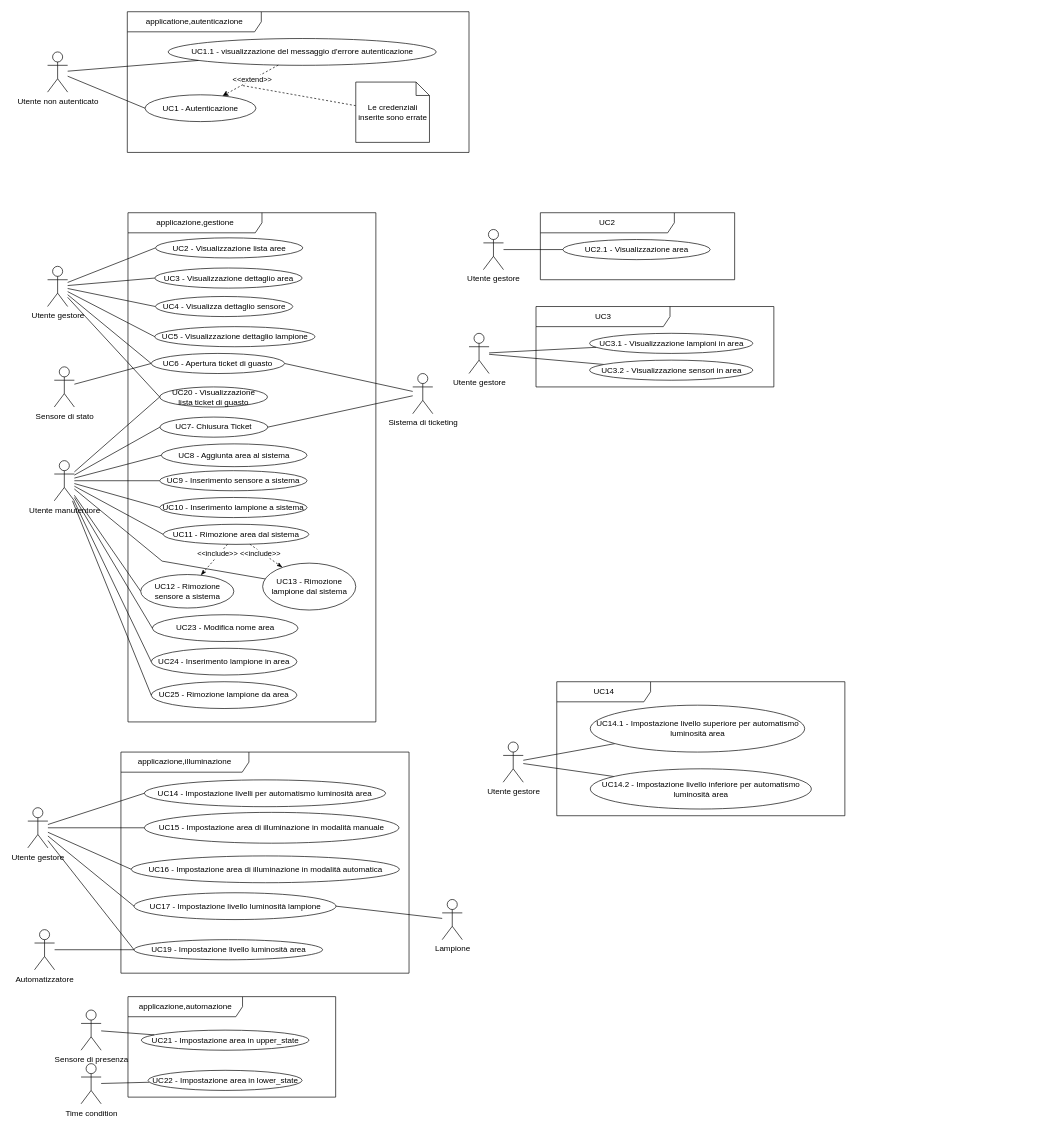
SWEasabi/analisi-dei-requisiti keeps this draw.io diagram as page "OK" (1 of 8) of casi_uso_grafici.drawio. Above is the earlier version. Source tidied: cells renumbered, new cells numbered last; positions are measured from the earlier drawing's top-left corner, leaving out a move shared by most shapes. Both pictures are drawn from the tidied source at 67%, with x=0, y=0 at pixel (27, 11).
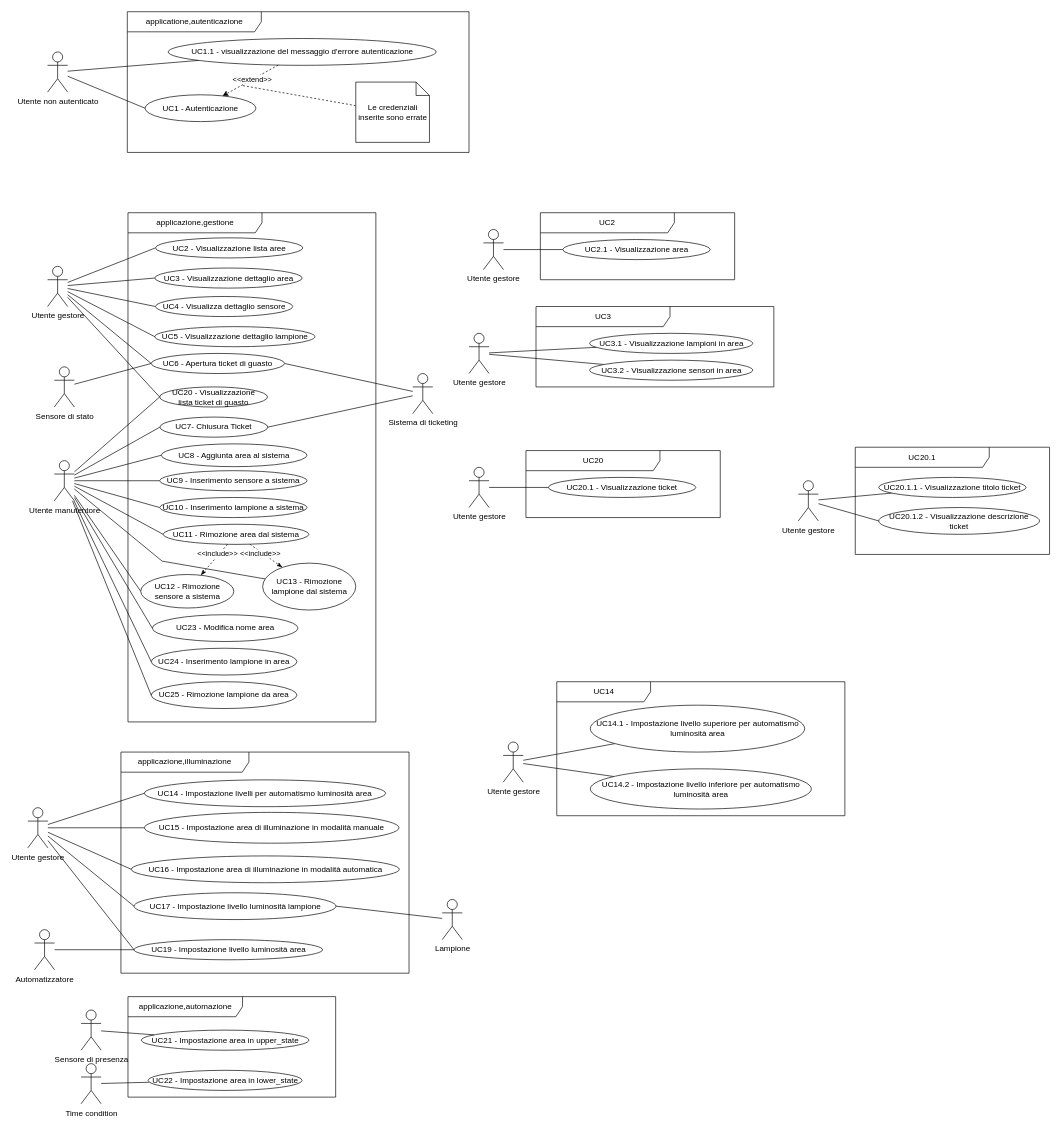
The same page after the edit.

Commit message:
Risolto un casino megagalattico

Diff of the diagram source:
```diff
@@
+    <mxCell id="96" value="UC20" style="shape=umlFrame;whiteSpace=wrap;html=1;width=200;height=30;" parent="1" vertex="1">
+      <mxGeometry x="743.5" y="655" width="290" height="100" as="geometry" />
+    </mxCell>
+    <mxCell id="97" value="Utente gestore" style="shape=umlActor;verticalLabelPosition=bottom;verticalAlign=top;html=1;outlineConnect=0;gradientColor=none;" parent="1" vertex="1">
+      <mxGeometry x="658.5" y="680" width="30" height="60" as="geometry" />
+    </mxCell>
+    <mxCell id="98" value="UC20.1 - Visualizzazione ticket" style="ellipse;whiteSpace=wrap;html=1;" parent="1" vertex="1">
+      <mxGeometry x="777" y="695" width="220" height="30" as="geometry" />
+    </mxCell>
+    <mxCell id="99" style="edgeStyle=none;rounded=0;jumpStyle=none;jumpSize=15;jettySize=auto;html=1;endArrow=none;endFill=0;" parent="1" edge="1" source="97" target="98">
+      <mxGeometry relative="1" as="geometry" />
+    </mxCell>
+    <mxCell id="100" value="UC20.1" style="shape=umlFrame;whiteSpace=wrap;html=1;width=200;height=30;" parent="1" vertex="1">
+      <mxGeometry x="1235" y="650" width="290" height="160" as="geometry" />
+    </mxCell>
+    <mxCell id="101" value="Utente gestore" style="shape=umlActor;verticalLabelPosition=bottom;verticalAlign=top;html=1;outlineConnect=0;gradientColor=none;" parent="1" vertex="1">
+      <mxGeometry x="1150" y="700" width="30" height="60" as="geometry" />
+    </mxCell>
+    <mxCell id="102" value="UC20.1.1 - Visualizzazione titolo ticket" style="ellipse;whiteSpace=wrap;html=1;" parent="1" vertex="1">
+      <mxGeometry x="1270" y="695" width="220" height="30" as="geometry" />
+    </mxCell>
+    <mxCell id="103" style="edgeStyle=none;rounded=0;jumpStyle=none;jumpSize=15;jettySize=auto;html=1;endArrow=none;endFill=0;" parent="1" edge="1" source="101" target="102">
+      <mxGeometry relative="1" as="geometry" />
+    </mxCell>
+    <mxCell id="104" value="UC20.1.2 - Visualizzazione descrizione ticket" style="ellipse;whiteSpace=wrap;html=1;" parent="1" vertex="1">
+      <mxGeometry x="1270" y="740" width="240" height="40" as="geometry" />
+    </mxCell>
+    <mxCell id="105" style="edgeStyle=none;rounded=0;jumpStyle=none;jumpSize=15;jettySize=auto;html=1;endArrow=none;endFill=0;entryX=0;entryY=0.5;entryDx=0;entryDy=0;" parent="1" edge="1" source="101" target="104">
+      <mxGeometry relative="1" as="geometry" />
+    </mxCell>
```
